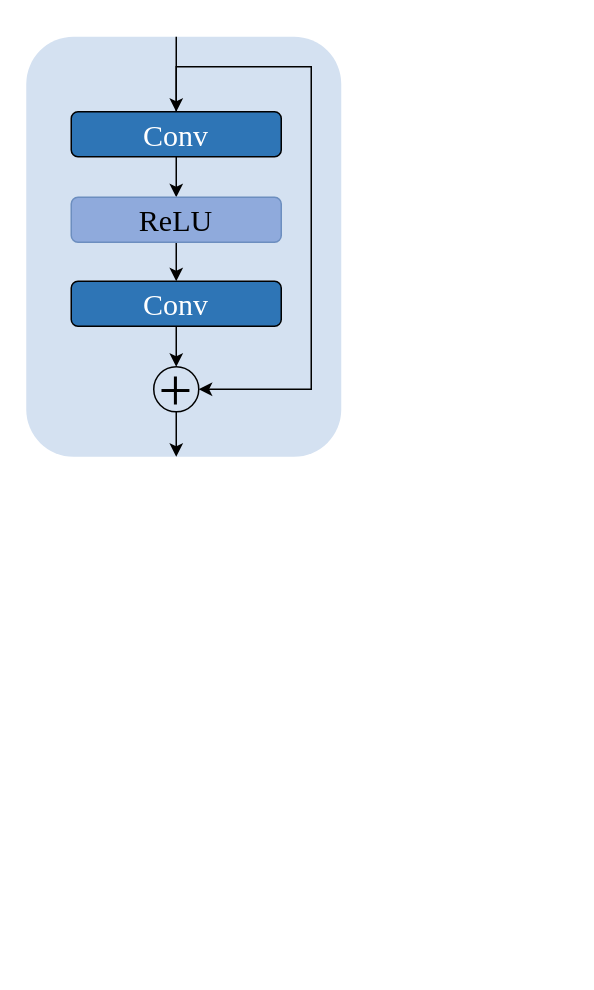
Above: 锁.drawio in ZhangHaoyang493/pansharpening_codebook (draw.io), before the change. Source tidied: cells renumbered, new cells numbered last; positions are measured from the earlier drawing's top-left corner, leaving out a move shared by most shapes. Both pictures are drawn from the tidied source at 150%, with x=0, y=0 at pixel (26, 36).
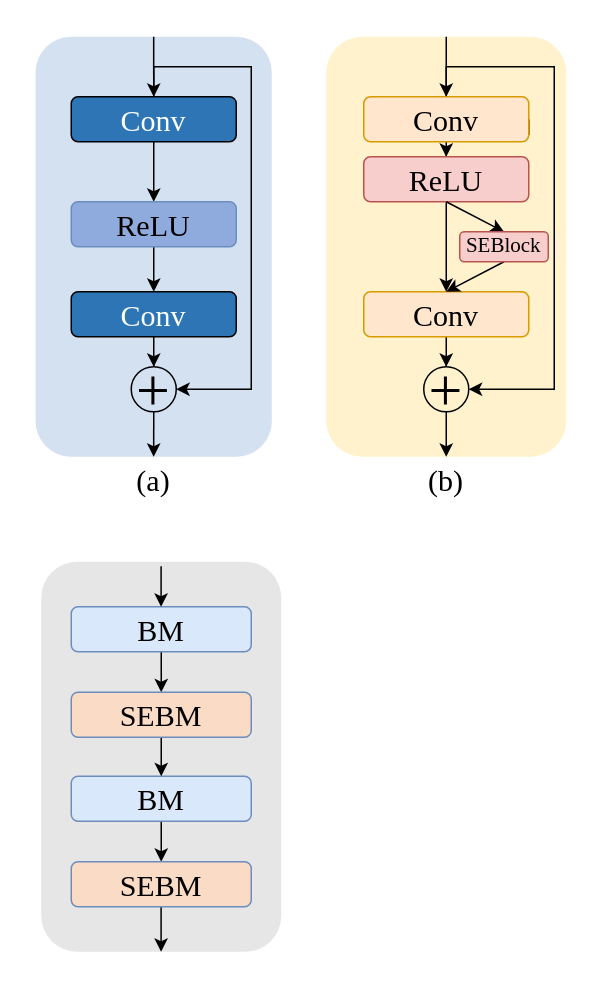
After the change.

What changed in the source:
```diff
@@
     <mxCell id="2" style="rounded=1;whiteSpace=wrap;html=1;fillColor=#D4e1f1;strokeColor=none;" parent="1" vertex="1">
-      <mxGeometry width="210" height="280" as="geometry" />
+      <mxGeometry x="6.2" width="157.5" height="280" as="geometry" />
     </mxCell>
@@
     <mxCell id="4" style="edgeStyle=orthogonalEdgeStyle;rounded=0;jettySize=auto;html=1;exitX=1;exitY=0.5;exitDx=0;exitDy=0;entryX=1;entryY=0.5;entryDx=0;entryDy=0;" parent="1" edge="1" source="5" target="11">
       <mxGeometry relative="1" as="geometry">
         <Array as="points">
-          <mxPoint x="100" y="65" />
-          <mxPoint x="100" y="20" />
-          <mxPoint x="190" y="20" />
-          <mxPoint x="190" y="235" />
+          <mxPoint x="85" y="65" />
+          <mxPoint x="85" y="20" />
+          <mxPoint x="150" y="20" />
+          <mxPoint x="150" y="235" />
         </Array>
       </mxGeometry>
     </mxCell>
     <mxCell id="5" value="&lt;font color=&quot;#ffffff&quot; style=&quot;font-size: 20px;&quot; face=&quot;Times New Roman&quot;&gt;Conv&lt;/font&gt;" style="rounded=1;whiteSpace=wrap;html=1;fillColor=#2e75b6;" parent="1" vertex="1">
-      <mxGeometry x="30" y="50" width="140" height="30" as="geometry" />
+      <mxGeometry x="30" y="40" width="110" height="30" as="geometry" />
     </mxCell>
@@
     <mxCell id="7" value="&lt;font color=&quot;#ffffff&quot; style=&quot;font-size: 20px;&quot; face=&quot;Times New Roman&quot;&gt;Conv&lt;/font&gt;" style="rounded=1;whiteSpace=wrap;html=1;fontSize=20;fillColor=#2e75b6;" parent="1" vertex="1">
-      <mxGeometry x="30" y="163" width="140" height="30" as="geometry" />
+      <mxGeometry x="30" y="170" width="110" height="30" as="geometry" />
     </mxCell>
@@
     <mxCell id="9" value="&lt;font style=&quot;font-size: 20px;&quot; face=&quot;Times New Roman&quot;&gt;ReLU&lt;/font&gt;" style="rounded=1;whiteSpace=wrap;html=1;fillColor=#8faadc;strokeColor=#6c8ebf;" parent="1" vertex="1">
-      <mxGeometry x="30" y="107" width="140" height="30" as="geometry" />
+      <mxGeometry x="30" y="110" width="110" height="30" as="geometry" />
     </mxCell>
-    <mxCell id="10" style="edgeStyle=orthogonalEdgeStyle;rounded=0;jettySize=auto;html=1;" parent="1" edge="1" source="11">
-      <mxGeometry relative="1" as="geometry">
-        <mxPoint x="100" y="280" as="targetPoint" />
-      </mxGeometry>
-    </mxCell>
     <mxCell id="11" value="&lt;font face=&quot;Times New Roman&quot; style=&quot;font-size: 40px;&quot;&gt;+&lt;/font&gt;" style="ellipse;whiteSpace=wrap;html=1;fillColor=none;" parent="1" vertex="1">
-      <mxGeometry x="85" y="220" width="30" height="30" as="geometry" />
+      <mxGeometry x="70" y="220" width="30" height="30" as="geometry" />
     </mxCell>
-    <mxCell id="12" style="endArrow=classic;html=1;rounded=0;entryX=0.5;entryY=0;entryDx=0;entryDy=0;" parent="1" edge="1" target="5">
-      <mxGeometry relative="1" as="geometry">
-        <mxPoint x="100" as="sourcePoint" />
-      </mxGeometry>
-    </mxCell>
+    <mxCell id="13" style="rounded=1;whiteSpace=wrap;html=1;fillColor=#E6E6E6;strokeColor=none;" parent="1" vertex="1">
+      <mxGeometry x="10" y="350" width="160" height="260" as="geometry" />
+    </mxCell>
+    <mxCell id="14" style="edgeStyle=orthogonalEdgeStyle;rounded=0;jettySize=auto;html=1;entryX=0.5;entryY=0;entryDx=0;entryDy=0;" parent="1" edge="1" source="15" target="19">
+      <mxGeometry relative="1" as="geometry" />
+    </mxCell>
+    <mxCell id="15" value="&lt;font style=&quot;font-size: 20px;&quot; face=&quot;Times New Roman&quot;&gt;BM&lt;/font&gt;" style="rounded=1;whiteSpace=wrap;html=1;fillColor=#dae8fc;strokeColor=#6c8ebf;" parent="1" vertex="1">
+      <mxGeometry x="30" y="380" width="120" height="30" as="geometry" />
+    </mxCell>
+    <mxCell id="16" style="edgeStyle=orthogonalEdgeStyle;rounded=0;jettySize=auto;html=1;entryX=0.5;entryY=0;entryDx=0;entryDy=0;" parent="1" edge="1" source="17" target="21">
+      <mxGeometry relative="1" as="geometry" />
+    </mxCell>
+    <mxCell id="17" value="&lt;font style=&quot;font-size: 20px;&quot; face=&quot;Times New Roman&quot;&gt;BM&lt;/font&gt;" style="rounded=1;whiteSpace=wrap;html=1;fontSize=20;fillColor=#dae8fc;strokeColor=#6c8ebf;" parent="1" vertex="1">
+      <mxGeometry x="30" y="493" width="120" height="30" as="geometry" />
+    </mxCell>
+    <mxCell id="18" style="edgeStyle=orthogonalEdgeStyle;rounded=0;jettySize=auto;html=1;entryX=0.5;entryY=0;entryDx=0;entryDy=0;" parent="1" edge="1" source="19" target="17">
+      <mxGeometry relative="1" as="geometry" />
+    </mxCell>
+    <mxCell id="19" value="&lt;font style=&quot;font-size: 20px;&quot; face=&quot;Times New Roman&quot;&gt;SEBM&lt;/font&gt;" style="rounded=1;whiteSpace=wrap;html=1;fillColor=#fadbc6;strokeColor=#6c8ebf;" parent="1" vertex="1">
+      <mxGeometry x="30" y="437" width="120" height="30" as="geometry" />
+    </mxCell>
+    <mxCell id="20" style="edgeStyle=orthogonalEdgeStyle;rounded=0;orthogonalLoop=1;jettySize=auto;html=1;" parent="1" edge="1">
+      <mxGeometry relative="1" as="geometry">
+        <mxPoint x="89.9" y="580" as="sourcePoint" />
+        <mxPoint x="89.9" y="610" as="targetPoint" />
+      </mxGeometry>
+    </mxCell>
+    <mxCell id="21" value="&lt;font style=&quot;font-size: 20px;&quot; face=&quot;Times New Roman&quot;&gt;SEBM&lt;/font&gt;" style="rounded=1;whiteSpace=wrap;html=1;fillColor=#fadbc6;strokeColor=#6c8ebf;" parent="1" vertex="1">
+      <mxGeometry x="30" y="550" width="120" height="30" as="geometry" />
+    </mxCell>
+    <mxCell id="22" style="edgeStyle=orthogonalEdgeStyle;rounded=0;orthogonalLoop=1;jettySize=auto;html=1;entryX=0.5;entryY=0;entryDx=0;entryDy=0;" parent="1" edge="1">
+      <mxGeometry relative="1" as="geometry">
+        <mxPoint x="89.9" y="353" as="sourcePoint" />
+        <mxPoint x="89.9" y="380" as="targetPoint" />
+      </mxGeometry>
+    </mxCell>
+    <mxCell id="23" style="endArrow=classic;html=1;rounded=0;exitX=0.5;exitY=0;exitDx=0;exitDy=0;entryX=0.5;entryY=0;entryDx=0;entryDy=0;" parent="1" edge="1" source="2" target="5">
+      <mxGeometry relative="1" as="geometry" />
+    </mxCell>
+    <mxCell id="24" style="endArrow=classic;html=1;rounded=0;exitX=0.5;exitY=1;exitDx=0;exitDy=0;entryX=0.5;entryY=1;entryDx=0;entryDy=0;" parent="1" edge="1" source="11" target="2">
+      <mxGeometry relative="1" as="geometry" />
+    </mxCell>
+    <mxCell id="25" style="rounded=1;whiteSpace=wrap;html=1;fillColor=#fff2cc;strokeColor=none;" parent="1" vertex="1">
+      <mxGeometry x="200" width="160" height="280" as="geometry" />
+    </mxCell>
+    <mxCell id="26" style="edgeStyle=orthogonalEdgeStyle;rounded=0;jettySize=auto;html=1;entryX=0.5;entryY=0;entryDx=0;entryDy=0;" parent="1" edge="1" source="28" target="32">
+      <mxGeometry relative="1" as="geometry" />
+    </mxCell>
+    <mxCell id="27" style="edgeStyle=orthogonalEdgeStyle;rounded=0;jettySize=auto;html=1;exitX=1;exitY=0.5;exitDx=0;exitDy=0;entryX=1;entryY=0.5;entryDx=0;entryDy=0;" parent="1" edge="1" source="28" target="33">
+      <mxGeometry relative="1" as="geometry">
+        <Array as="points">
+          <mxPoint x="335" y="65" />
+          <mxPoint x="280" y="65" />
+          <mxPoint x="280" y="20" />
+          <mxPoint x="352" y="20" />
+          <mxPoint x="352" y="235" />
+        </Array>
+      </mxGeometry>
+    </mxCell>
+    <mxCell id="28" value="&lt;font style=&quot;font-size: 20px;&quot; face=&quot;Times New Roman&quot;&gt;Conv&lt;/font&gt;" style="rounded=1;whiteSpace=wrap;html=1;fillColor=#ffe6cc;strokeColor=#d79b00;" parent="1" vertex="1">
+      <mxGeometry x="225" y="40" width="110" height="30" as="geometry" />
+    </mxCell>
+    <mxCell id="29" style="edgeStyle=orthogonalEdgeStyle;rounded=0;jettySize=auto;html=1;entryX=0.5;entryY=0;entryDx=0;entryDy=0;" parent="1" edge="1" source="30" target="33">
+      <mxGeometry relative="1" as="geometry" />
+    </mxCell>
+    <mxCell id="30" value="&lt;font style=&quot;font-size: 20px;&quot; face=&quot;Times New Roman&quot;&gt;Conv&lt;/font&gt;" style="rounded=1;whiteSpace=wrap;html=1;fontSize=20;fillColor=#ffe6cc;strokeColor=#d79b00;" parent="1" vertex="1">
+      <mxGeometry x="225" y="170" width="110" height="30" as="geometry" />
+    </mxCell>
+    <mxCell id="31" style="edgeStyle=orthogonalEdgeStyle;rounded=0;jettySize=auto;html=1;entryX=0.5;entryY=0;entryDx=0;entryDy=0;" parent="1" edge="1" source="32" target="30">
+      <mxGeometry relative="1" as="geometry" />
+    </mxCell>
+    <mxCell id="32" value="&lt;font style=&quot;font-size: 20px;&quot; face=&quot;Times New Roman&quot;&gt;ReLU&lt;/font&gt;" style="rounded=1;whiteSpace=wrap;html=1;fillColor=#f8cecc;strokeColor=#b85450;" parent="1" vertex="1">
+      <mxGeometry x="225" y="80" width="110" height="30" as="geometry" />
+    </mxCell>
+    <mxCell id="33" value="&lt;font face=&quot;Times New Roman&quot; style=&quot;font-size: 40px;&quot;&gt;+&lt;/font&gt;" style="ellipse;whiteSpace=wrap;html=1;fillColor=none;" parent="1" vertex="1">
+      <mxGeometry x="265" y="220" width="30" height="30" as="geometry" />
+    </mxCell>
+    <mxCell id="34" style="endArrow=classic;html=1;rounded=0;entryX=0.5;entryY=0;entryDx=0;entryDy=0;" parent="1" edge="1" target="36">
+      <mxGeometry relative="1" as="geometry">
+        <mxPoint x="280" y="110" as="sourcePoint" />
+      </mxGeometry>
+    </mxCell>
+    <mxCell id="35" style="endArrow=classic;html=1;rounded=0;entryX=0.5;entryY=0;entryDx=0;entryDy=0;exitX=0.5;exitY=1;exitDx=0;exitDy=0;" parent="1" edge="1" source="36" target="30">
+      <mxGeometry relative="1" as="geometry" />
+    </mxCell>
+    <mxCell id="36" value="&lt;font style=&quot;font-size: 14px;&quot; face=&quot;Times New Roman&quot;&gt;SEBlock&lt;/font&gt;" style="rounded=1;whiteSpace=wrap;html=1;fillColor=#f8cecc;strokeColor=#b85450;" parent="1" vertex="1">
+      <mxGeometry x="289" y="130" width="59" height="20" as="geometry" />
+    </mxCell>
+    <mxCell id="37" style="endArrow=classic;html=1;rounded=0;entryX=0.5;entryY=1;entryDx=0;entryDy=0;exitX=0.5;exitY=1;exitDx=0;exitDy=0;" parent="1" edge="1" source="33" target="25">
+      <mxGeometry relative="1" as="geometry" />
+    </mxCell>
+    <mxCell id="38" style="endArrow=classic;html=1;rounded=0;exitX=0.5;exitY=0;exitDx=0;exitDy=0;entryX=0.5;entryY=0;entryDx=0;entryDy=0;" parent="1" edge="1" source="25" target="28">
+      <mxGeometry relative="1" as="geometry" />
+    </mxCell>
+    <mxCell id="39" value="&lt;font face=&quot;Times New Roman&quot;&gt;&lt;span style=&quot;font-size: 20px;&quot;&gt;(a)&lt;/span&gt;&lt;/font&gt;" style="text;html=1;align=center;verticalAlign=middle;whiteSpace=wrap;rounded=0;" parent="1" vertex="1">
+      <mxGeometry x="55" y="280" width="60" height="30" as="geometry" />
+    </mxCell>
+    <mxCell id="40" value="&lt;font face=&quot;Times New Roman&quot;&gt;&lt;span style=&quot;font-size: 20px;&quot;&gt;(b)&lt;/span&gt;&lt;/font&gt;" style="text;html=1;align=center;verticalAlign=middle;whiteSpace=wrap;rounded=0;" parent="1" vertex="1">
+      <mxGeometry x="250" y="280" width="60" height="30" as="geometry" />
+    </mxCell>
```
